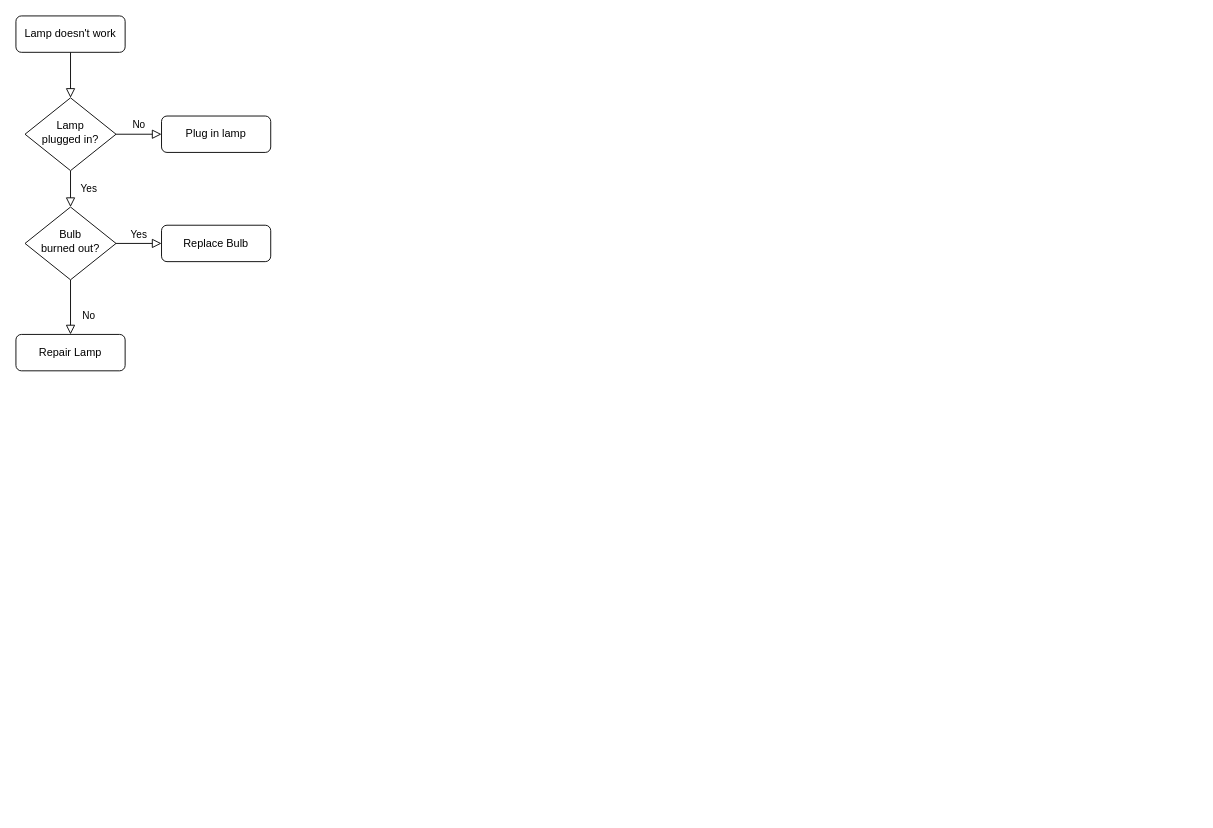
Before: App Flow Chart.drawio in darisadam/CapstoneProjectUT, a draw.io diagram. Source tidied: cells renumbered, new cells numbered last; positions are measured from the earlier drawing's top-left corner, leaving out a move shared by most shapes. Both pictures are drawn from the tidied source at 91%, with x=0, y=0 at pixel (15, 15).
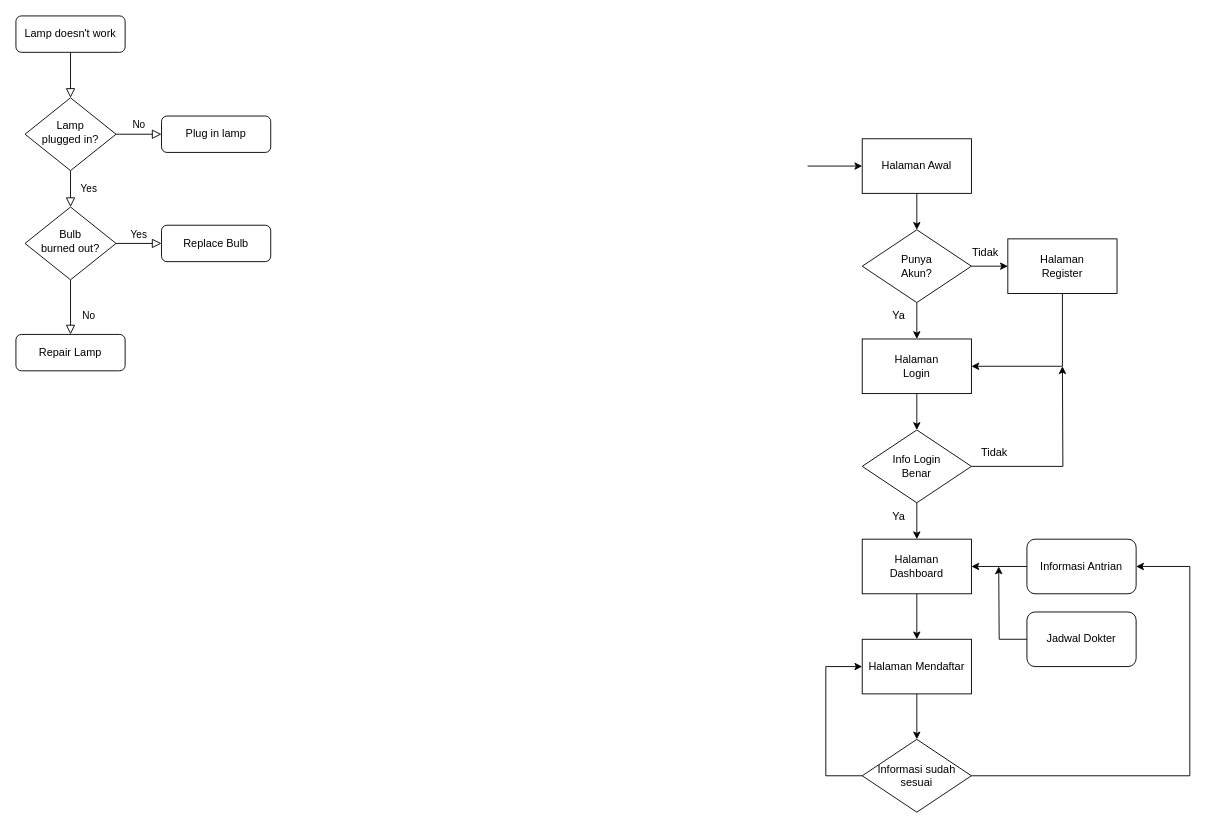
Above is the later version.

Diff of the diagram source:
```diff
@@
+    <mxCell id="13" style="edgeStyle=orthogonalEdgeStyle;rounded=0;jettySize=auto;html=1;" parent="1" edge="1" source="14" target="18">
+      <mxGeometry relative="1" as="geometry" />
+    </mxCell>
+    <mxCell id="14" value="Halaman Awal" style="rounded=0;whiteSpace=wrap;html=1;" parent="1" vertex="1">
+      <mxGeometry x="930" y="135" width="120" height="60" as="geometry" />
+    </mxCell>
+    <mxCell id="15" style="endArrow=classic;html=1;rounded=0;entryX=0;entryY=0.5;entryDx=0;entryDy=0;" parent="1" edge="1" target="14">
+      <mxGeometry relative="1" as="geometry">
+        <mxPoint x="870" y="165" as="sourcePoint" />
+      </mxGeometry>
+    </mxCell>
+    <mxCell id="16" style="edgeStyle=orthogonalEdgeStyle;rounded=0;jettySize=auto;html=1;" parent="1" edge="1" source="18" target="20">
+      <mxGeometry relative="1" as="geometry" />
+    </mxCell>
+    <mxCell id="17" style="edgeStyle=orthogonalEdgeStyle;rounded=0;jettySize=auto;html=1;" parent="1" edge="1" source="18" target="22">
+      <mxGeometry relative="1" as="geometry" />
+    </mxCell>
+    <mxCell id="18" value="Punya&lt;div&gt;Akun?&lt;/div&gt;" style="rhombus;whiteSpace=wrap;html=1;rounded=0;" parent="1" vertex="1">
+      <mxGeometry x="930" y="235" width="120" height="80" as="geometry" />
+    </mxCell>
+    <mxCell id="19" style="edgeStyle=orthogonalEdgeStyle;rounded=0;jettySize=auto;html=1;entryX=1;entryY=0.5;entryDx=0;entryDy=0;" parent="1" edge="1" source="20" target="22">
+      <mxGeometry relative="1" as="geometry">
+        <Array as="points">
+          <mxPoint x="1150" y="385" />
+        </Array>
+      </mxGeometry>
+    </mxCell>
+    <mxCell id="20" value="&lt;div&gt;Halaman&lt;/div&gt;Register" style="whiteSpace=wrap;html=1;rounded=0;" parent="1" vertex="1">
+      <mxGeometry x="1090" y="245" width="120" height="60" as="geometry" />
+    </mxCell>
+    <mxCell id="21" style="edgeStyle=orthogonalEdgeStyle;rounded=0;jettySize=auto;html=1;" parent="1" edge="1" source="22" target="25">
+      <mxGeometry relative="1" as="geometry" />
+    </mxCell>
+    <mxCell id="22" value="&lt;div&gt;Halaman&lt;/div&gt;Login" style="whiteSpace=wrap;html=1;rounded=0;" parent="1" vertex="1">
+      <mxGeometry x="930" y="355" width="120" height="60" as="geometry" />
+    </mxCell>
+    <mxCell id="23" style="edgeStyle=orthogonalEdgeStyle;rounded=0;jettySize=auto;html=1;" parent="1" edge="1" source="25">
+      <mxGeometry relative="1" as="geometry">
+        <mxPoint x="1150" y="385" as="targetPoint" />
+      </mxGeometry>
+    </mxCell>
+    <mxCell id="24" style="edgeStyle=orthogonalEdgeStyle;rounded=0;jettySize=auto;html=1;" parent="1" edge="1" source="25" target="29">
+      <mxGeometry relative="1" as="geometry" />
+    </mxCell>
+    <mxCell id="25" value="Info Login&lt;div&gt;Benar&lt;/div&gt;" style="rhombus;whiteSpace=wrap;html=1;rounded=0;" parent="1" vertex="1">
+      <mxGeometry x="930" y="455" width="120" height="80" as="geometry" />
+    </mxCell>
+    <mxCell id="26" value="Tidak" style="text;html=1;align=center;verticalAlign=middle;strokeColor=none;fillColor=none;" parent="1" vertex="1">
+      <mxGeometry x="1040" y="245" width="50" height="30" as="geometry" />
+    </mxCell>
+    <mxCell id="27" value="Ya" style="text;html=1;align=center;verticalAlign=middle;strokeColor=none;fillColor=none;" parent="1" vertex="1">
+      <mxGeometry x="950" y="315" width="40" height="30" as="geometry" />
+    </mxCell>
+    <mxCell id="28" style="edgeStyle=orthogonalEdgeStyle;rounded=0;jettySize=auto;html=1;" parent="1" edge="1" source="29" target="37">
+      <mxGeometry relative="1" as="geometry" />
+    </mxCell>
+    <mxCell id="29" value="Halaman&lt;div&gt;Dashboard&lt;/div&gt;" style="whiteSpace=wrap;html=1;rounded=0;" parent="1" vertex="1">
+      <mxGeometry x="930" y="575" width="120" height="60" as="geometry" />
+    </mxCell>
+    <mxCell id="30" value="Ya" style="text;html=1;align=center;verticalAlign=middle;strokeColor=none;fillColor=none;" parent="1" vertex="1">
+      <mxGeometry x="950" y="535" width="40" height="30" as="geometry" />
+    </mxCell>
+    <mxCell id="31" value="Tidak" style="text;html=1;align=center;verticalAlign=middle;strokeColor=none;fillColor=none;" parent="1" vertex="1">
+      <mxGeometry x="1050" y="465" width="50" height="30" as="geometry" />
+    </mxCell>
+    <mxCell id="32" style="edgeStyle=orthogonalEdgeStyle;rounded=0;jettySize=auto;html=1;entryX=1;entryY=0.5;entryDx=0;entryDy=0;" parent="1" edge="1" source="33" target="29">
+      <mxGeometry relative="1" as="geometry" />
+    </mxCell>
+    <mxCell id="33" value="Informasi Antrian" style="rounded=1;whiteSpace=wrap;html=1;" parent="1" vertex="1">
+      <mxGeometry x="1111" y="575" width="120" height="60" as="geometry" />
+    </mxCell>
+    <mxCell id="34" style="edgeStyle=orthogonalEdgeStyle;rounded=0;jettySize=auto;html=1;" parent="1" edge="1" source="35">
+      <mxGeometry relative="1" as="geometry">
+        <mxPoint x="1080" y="605" as="targetPoint" />
+      </mxGeometry>
+    </mxCell>
+    <mxCell id="35" value="Jadwal Dokter" style="rounded=1;whiteSpace=wrap;html=1;" parent="1" vertex="1">
+      <mxGeometry x="1111" y="655" width="120" height="60" as="geometry" />
+    </mxCell>
+    <mxCell id="36" style="edgeStyle=orthogonalEdgeStyle;rounded=0;jettySize=auto;html=1;" parent="1" edge="1" source="37" target="40">
+      <mxGeometry relative="1" as="geometry" />
+    </mxCell>
+    <mxCell id="37" value="Halaman Mendaftar" style="whiteSpace=wrap;html=1;rounded=0;" parent="1" vertex="1">
+      <mxGeometry x="930" y="685" width="120" height="60" as="geometry" />
+    </mxCell>
+    <mxCell id="38" style="edgeStyle=orthogonalEdgeStyle;rounded=0;jettySize=auto;html=1;entryX=0;entryY=0.5;entryDx=0;entryDy=0;" parent="1" edge="1" source="40" target="37">
+      <mxGeometry relative="1" as="geometry">
+        <Array as="points">
+          <mxPoint x="890" y="835" />
+          <mxPoint x="890" y="715" />
+        </Array>
+      </mxGeometry>
+    </mxCell>
+    <mxCell id="39" style="edgeStyle=orthogonalEdgeStyle;rounded=0;jettySize=auto;html=1;entryX=1;entryY=0.5;entryDx=0;entryDy=0;" parent="1" edge="1" source="40" target="33">
+      <mxGeometry relative="1" as="geometry">
+        <Array as="points">
+          <mxPoint x="1290" y="835" />
+          <mxPoint x="1290" y="605" />
+        </Array>
+      </mxGeometry>
+    </mxCell>
+    <mxCell id="40" value="Informasi sudah sesuai" style="rhombus;whiteSpace=wrap;html=1;rounded=0;" parent="1" vertex="1">
+      <mxGeometry x="930" y="795" width="120" height="80" as="geometry" />
+    </mxCell>
```
